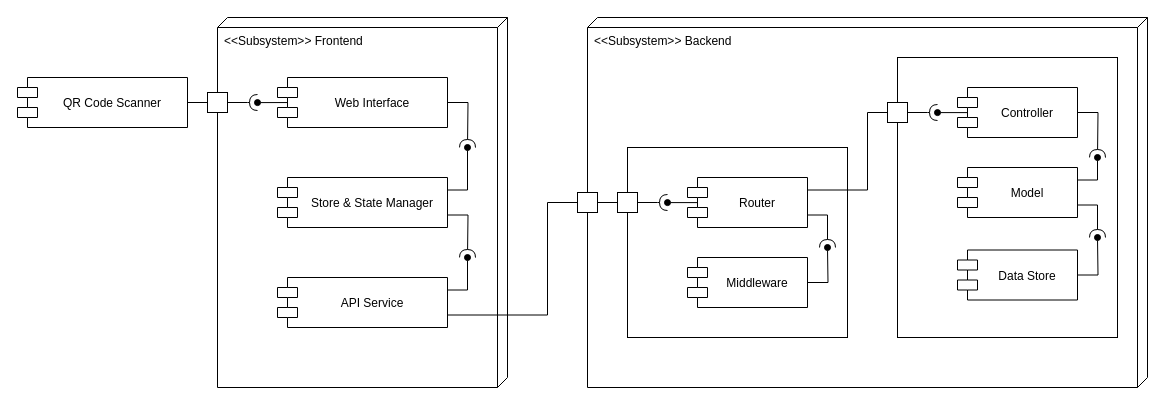
The draw.io diagram page "Architecture" (3 of 3) of Document/Design Diagram.drawio in PiriyaDEV/harihari-ramen, before the edit. Source tidied: cells renumbered, new cells numbered last; positions are measured from the earlier drawing's top-left corner, leaving out a move shared by most shapes. Both pictures are drawn from the tidied source at 100%, with x=0, y=0 at pixel (17, 17).
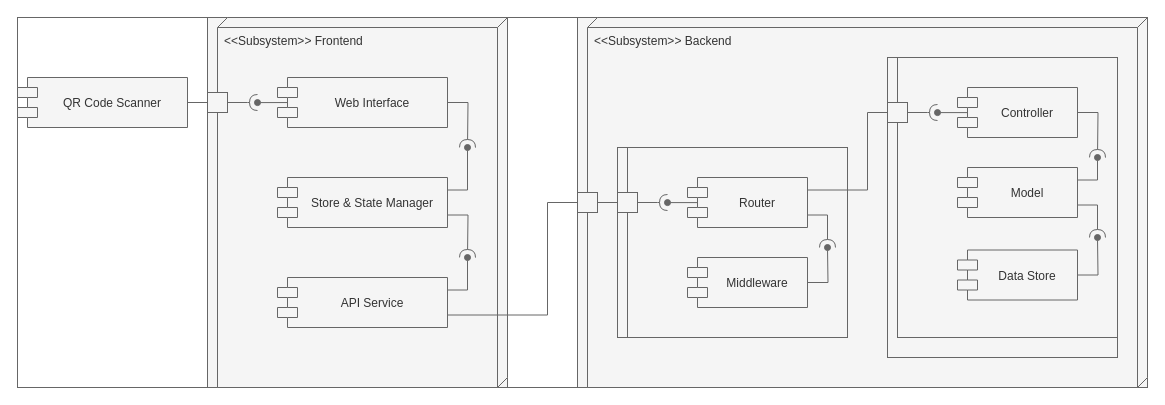
After the change.

Change to the diagram source:
```diff
@@
-    <mxCell id="2" style="group;" parent="1" vertex="1">
+    <mxCell id="2" style="group;labelBackgroundColor=none;strokeColor=#666666;fontColor=#333333;" parent="1" vertex="1">
       <mxGeometry width="1130" height="370" as="geometry" />
     </mxCell>
-    <mxCell id="3" style="group;" parent="2" vertex="1">
+    <mxCell id="3" style="group;fillColor=#f5f5f5;strokeColor=#666666;fontColor=#333333;" parent="2" vertex="1">
       <mxGeometry x="190" width="300" height="370" as="geometry" />
     </mxCell>
-    <mxCell id="4" value="&amp;lt;&amp;lt;Subsystem&amp;gt;&amp;gt; Frontend" style="verticalAlign=top;align=left;shape=cube;size=10;direction=south;fontStyle=0;html=1;boundedLbl=1;spacingLeft=5;" parent="3" vertex="1">
+    <mxCell id="4" value="&amp;lt;&amp;lt;Subsystem&amp;gt;&amp;gt; Frontend" style="verticalAlign=top;align=left;shape=cube;size=10;direction=south;fontStyle=0;html=1;boundedLbl=1;spacingLeft=5;fillColor=#f5f5f5;strokeColor=#666666;fontColor=#333333;" parent="3" vertex="1">
       <mxGeometry x="10" width="290" height="370" as="geometry" />
     </mxCell>
-    <mxCell id="5" style="edgeStyle=orthogonalEdgeStyle;rounded=0;jettySize=auto;html=1;startArrow=none;startFill=0;endArrow=halfCircle;endFill=0;" parent="3" edge="1" source="10">
+    <mxCell id="5" style="edgeStyle=orthogonalEdgeStyle;rounded=0;jettySize=auto;html=1;startArrow=none;startFill=0;endArrow=halfCircle;endFill=0;fillColor=#f5f5f5;strokeColor=#666666;" parent="3" edge="1" source="10">
       <mxGeometry relative="1" as="geometry">
         <mxPoint x="260" y="130" as="targetPoint" />
       </mxGeometry>
     </mxCell>
-    <mxCell id="6" style="edgeStyle=orthogonalEdgeStyle;rounded=0;jettySize=auto;html=1;startArrow=none;startFill=0;endArrow=halfCircle;endFill=0;exitX=1;exitY=0.75;exitDx=0;exitDy=0;" parent="3" edge="1" source="12">
+    <mxCell id="6" style="edgeStyle=orthogonalEdgeStyle;rounded=0;jettySize=auto;html=1;startArrow=none;startFill=0;endArrow=halfCircle;endFill=0;exitX=1;exitY=0.75;exitDx=0;exitDy=0;fillColor=#f5f5f5;strokeColor=#666666;" parent="3" edge="1" source="12">
       <mxGeometry relative="1" as="geometry">
         <mxPoint x="260" y="240" as="targetPoint" />
       </mxGeometry>
     </mxCell>
-    <mxCell id="7" style="edgeStyle=orthogonalEdgeStyle;rounded=0;jettySize=auto;html=1;startArrow=none;startFill=0;endArrow=oval;endFill=1;exitX=1;exitY=0.25;exitDx=0;exitDy=0;" parent="3" edge="1" source="11">
+    <mxCell id="7" style="edgeStyle=orthogonalEdgeStyle;rounded=0;jettySize=auto;html=1;startArrow=none;startFill=0;endArrow=oval;endFill=1;exitX=1;exitY=0.25;exitDx=0;exitDy=0;fillColor=#f5f5f5;strokeColor=#666666;" parent="3" edge="1" source="11">
       <mxGeometry relative="1" as="geometry">
         <mxPoint x="260" y="240" as="targetPoint" />
       </mxGeometry>
     </mxCell>
-    <mxCell id="8" style="edgeStyle=orthogonalEdgeStyle;rounded=0;jettySize=auto;html=1;startArrow=none;startFill=0;endArrow=oval;endFill=1;exitX=0.062;exitY=0.501;exitDx=0;exitDy=0;exitPerimeter=0;" parent="3" edge="1" source="10">
+    <mxCell id="8" style="edgeStyle=orthogonalEdgeStyle;rounded=0;jettySize=auto;html=1;startArrow=none;startFill=0;endArrow=oval;endFill=1;exitX=0.062;exitY=0.501;exitDx=0;exitDy=0;exitPerimeter=0;fillColor=#f5f5f5;strokeColor=#666666;" parent="3" edge="1" source="10">
       <mxGeometry as="geometry">
         <mxPoint x="50" y="85" as="targetPoint" />
       </mxGeometry>
     </mxCell>
-    <mxCell id="9" style="edgeStyle=orthogonalEdgeStyle;rounded=0;jettySize=auto;html=1;entryX=1;entryY=0.25;entryDx=0;entryDy=0;startArrow=oval;startFill=1;endArrow=none;endFill=0;" parent="3" edge="1" target="12">
+    <mxCell id="9" style="edgeStyle=orthogonalEdgeStyle;rounded=0;jettySize=auto;html=1;entryX=1;entryY=0.25;entryDx=0;entryDy=0;startArrow=oval;startFill=1;endArrow=none;endFill=0;fillColor=#f5f5f5;strokeColor=#666666;" parent="3" edge="1" target="12">
       <mxGeometry as="geometry">
         <mxPoint x="260" y="130" as="sourcePoint" />
         <Array as="points">
           <mxPoint x="260" y="173" />
           <mxPoint x="240" y="173" />
         </Array>
       </mxGeometry>
     </mxCell>
-    <mxCell id="10" value="Web Interface" style="shape=module;align=left;spacingLeft=20;align=center;verticalAlign=middle;" parent="3" vertex="1">
+    <mxCell id="10" value="Web Interface" style="shape=module;align=left;spacingLeft=20;align=center;verticalAlign=middle;fillColor=#f5f5f5;strokeColor=#666666;fontColor=#333333;" parent="3" vertex="1">
       <mxGeometry x="70" y="60" width="170" height="50" as="geometry" />
     </mxCell>
-    <mxCell id="11" value="API Service" style="shape=module;align=left;spacingLeft=20;align=center;verticalAlign=middle;" parent="3" vertex="1">
+    <mxCell id="11" value="API Service" style="shape=module;align=left;spacingLeft=20;align=center;verticalAlign=middle;fillColor=#f5f5f5;strokeColor=#666666;fontColor=#333333;" parent="3" vertex="1">
       <mxGeometry x="70" y="260" width="170" height="50" as="geometry" />
     </mxCell>
-    <mxCell id="12" value="Store &amp; State Manager" style="shape=module;align=left;spacingLeft=20;align=center;verticalAlign=middle;" parent="3" vertex="1">
+    <mxCell id="12" value="Store &amp; State Manager" style="shape=module;align=left;spacingLeft=20;align=center;verticalAlign=middle;fillColor=#f5f5f5;strokeColor=#666666;fontColor=#333333;" parent="3" vertex="1">
       <mxGeometry x="70" y="160" width="170" height="50" as="geometry" />
     </mxCell>
-    <mxCell id="13" style="edgeStyle=orthogonalEdgeStyle;rounded=0;jettySize=auto;html=1;startArrow=none;startFill=0;endArrow=halfCircle;endFill=0;" parent="3" edge="1" source="14">
+    <mxCell id="13" style="edgeStyle=orthogonalEdgeStyle;rounded=0;jettySize=auto;html=1;startArrow=none;startFill=0;endArrow=halfCircle;endFill=0;fillColor=#f5f5f5;strokeColor=#666666;" parent="3" edge="1" source="14">
       <mxGeometry as="geometry">
         <mxPoint x="50" y="85" as="targetPoint" />
       </mxGeometry>
     </mxCell>
-    <mxCell id="14" style="rounded=0;whiteSpace=wrap;html=1;verticalAlign=middle;" parent="3" vertex="1">
+    <mxCell id="14" style="rounded=0;whiteSpace=wrap;html=1;verticalAlign=middle;fillColor=#f5f5f5;strokeColor=#666666;fontColor=#333333;" parent="3" vertex="1">
       <mxGeometry y="75" width="20" height="20" as="geometry" />
     </mxCell>
-    <mxCell id="15" style="edgeStyle=orthogonalEdgeStyle;rounded=0;jettySize=auto;html=1;entryX=0;entryY=0.5;entryDx=0;entryDy=0;startArrow=none;startFill=0;endArrow=none;endFill=0;" parent="2" edge="1" source="16" target="14">
+    <mxCell id="15" style="edgeStyle=orthogonalEdgeStyle;rounded=0;jettySize=auto;html=1;entryX=0;entryY=0.5;entryDx=0;entryDy=0;startArrow=none;startFill=0;endArrow=none;endFill=0;fillColor=#f5f5f5;strokeColor=#666666;" parent="2" edge="1" source="16" target="14">
       <mxGeometry relative="1" as="geometry" />
     </mxCell>
-    <mxCell id="16" value="QR Code Scanner" style="shape=module;align=left;spacingLeft=20;align=center;verticalAlign=middle;" parent="2" vertex="1">
+    <mxCell id="16" value="QR Code Scanner" style="shape=module;align=left;spacingLeft=20;align=center;verticalAlign=middle;fillColor=#f5f5f5;strokeColor=#666666;fontColor=#333333;" parent="2" vertex="1">
       <mxGeometry y="60" width="170" height="50" as="geometry" />
     </mxCell>
-    <mxCell id="17" style="edgeStyle=orthogonalEdgeStyle;rounded=0;jettySize=auto;html=1;entryX=0;entryY=0.5;entryDx=0;entryDy=0;startArrow=none;startFill=0;endArrow=none;endFill=0;exitX=1;exitY=0.75;exitDx=0;exitDy=0;" parent="2" edge="1" source="11" target="21">
+    <mxCell id="17" style="edgeStyle=orthogonalEdgeStyle;rounded=0;jettySize=auto;html=1;entryX=0;entryY=0.5;entryDx=0;entryDy=0;startArrow=none;startFill=0;endArrow=none;endFill=0;exitX=1;exitY=0.75;exitDx=0;exitDy=0;fillColor=#f5f5f5;strokeColor=#666666;" parent="2" edge="1" source="11" target="21">
       <mxGeometry relative="1" as="geometry">
         <Array as="points">
           <mxPoint x="530" y="297" />
           <mxPoint x="530" y="185" />
         </Array>
       </mxGeometry>
     </mxCell>
-    <mxCell id="18" style="group;" parent="2" vertex="1">
+    <mxCell id="18" style="group;fillColor=#f5f5f5;strokeColor=#666666;fontColor=#333333;" parent="2" vertex="1">
       <mxGeometry x="560" width="570" height="370" as="geometry" />
     </mxCell>
-    <mxCell id="19" style="group;" parent="18" vertex="1">
+    <mxCell id="19" style="group;fillColor=#f5f5f5;strokeColor=#666666;fontColor=#333333;" parent="18" vertex="1">
       <mxGeometry width="570" height="370" as="geometry" />
     </mxCell>
-    <mxCell id="20" value="&amp;lt;&amp;lt;Subsystem&amp;gt;&amp;gt; Backend" style="verticalAlign=top;align=left;shape=cube;size=10;direction=south;fontStyle=0;html=1;boundedLbl=1;spacingLeft=5;" parent="19" vertex="1">
+    <mxCell id="20" value="&amp;lt;&amp;lt;Subsystem&amp;gt;&amp;gt; Backend" style="verticalAlign=top;align=left;shape=cube;size=10;direction=south;fontStyle=0;html=1;boundedLbl=1;spacingLeft=5;fillColor=#f5f5f5;strokeColor=#666666;fontColor=#333333;" parent="19" vertex="1">
       <mxGeometry x="10" width="560" height="370" as="geometry" />
     </mxCell>
-    <mxCell id="21" style="rounded=0;whiteSpace=wrap;html=1;verticalAlign=middle;" parent="19" vertex="1">
+    <mxCell id="21" style="rounded=0;whiteSpace=wrap;html=1;verticalAlign=middle;fillColor=#f5f5f5;strokeColor=#666666;fontColor=#333333;" parent="19" vertex="1">
       <mxGeometry y="175" width="20" height="20" as="geometry" />
     </mxCell>
-    <mxCell id="22" style="group;" parent="19" vertex="1">
+    <mxCell id="22" style="group;fillColor=#f5f5f5;strokeColor=#666666;fontColor=#333333;" parent="19" vertex="1">
       <mxGeometry x="40" y="130" width="230" height="190" as="geometry" />
     </mxCell>
-    <mxCell id="23" style="group;" parent="22" vertex="1">
+    <mxCell id="23" style="group;fillColor=#f5f5f5;strokeColor=#666666;fontColor=#333333;" parent="22" vertex="1">
       <mxGeometry width="230" height="190" as="geometry" />
     </mxCell>
-    <mxCell id="24" style="rounded=0;whiteSpace=wrap;html=1;verticalAlign=middle;" parent="23" vertex="1">
+    <mxCell id="24" style="rounded=0;whiteSpace=wrap;html=1;verticalAlign=middle;fillColor=#f5f5f5;strokeColor=#666666;fontColor=#333333;" parent="23" vertex="1">
       <mxGeometry x="10" width="220" height="190" as="geometry" />
     </mxCell>
-    <mxCell id="25" style="rounded=0;whiteSpace=wrap;html=1;verticalAlign=middle;" parent="23" vertex="1">
+    <mxCell id="25" style="rounded=0;whiteSpace=wrap;html=1;verticalAlign=middle;fillColor=#f5f5f5;strokeColor=#666666;fontColor=#333333;" parent="23" vertex="1">
       <mxGeometry y="45" width="20" height="20" as="geometry" />
     </mxCell>
-    <mxCell id="26" style="edgeStyle=orthogonalEdgeStyle;rounded=0;jettySize=auto;html=1;startArrow=none;startFill=0;endArrow=halfCircle;endFill=0;exitX=1;exitY=0.75;exitDx=0;exitDy=0;" parent="23" edge="1" source="27">
+    <mxCell id="26" style="edgeStyle=orthogonalEdgeStyle;rounded=0;jettySize=auto;html=1;startArrow=none;startFill=0;endArrow=halfCircle;endFill=0;exitX=1;exitY=0.75;exitDx=0;exitDy=0;fillColor=#f5f5f5;strokeColor=#666666;" parent="23" edge="1" source="27">
       <mxGeometry relative="1" as="geometry">
         <mxPoint x="210" y="100" as="targetPoint" />
       </mxGeometry>
     </mxCell>
-    <mxCell id="27" value="Router" style="shape=module;align=left;spacingLeft=20;align=center;verticalAlign=middle;" parent="23" vertex="1">
+    <mxCell id="27" value="Router" style="shape=module;align=left;spacingLeft=20;align=center;verticalAlign=middle;fillColor=#f5f5f5;strokeColor=#666666;fontColor=#333333;" parent="23" vertex="1">
       <mxGeometry x="70" y="30" width="120" height="50" as="geometry" />
     </mxCell>
-    <mxCell id="28" value="Middleware" style="shape=module;align=left;spacingLeft=20;align=center;verticalAlign=middle;" parent="23" vertex="1">
+    <mxCell id="28" value="Middleware" style="shape=module;align=left;spacingLeft=20;align=center;verticalAlign=middle;fillColor=#f5f5f5;strokeColor=#666666;fontColor=#333333;" parent="23" vertex="1">
       <mxGeometry x="70" y="110" width="120" height="50" as="geometry" />
     </mxCell>
-    <mxCell id="29" style="edgeStyle=orthogonalEdgeStyle;rounded=0;jettySize=auto;html=1;startArrow=none;startFill=0;endArrow=oval;endFill=1;exitX=0.085;exitY=0.502;exitDx=0;exitDy=0;exitPerimeter=0;" parent="22" edge="1" source="27">
+    <mxCell id="29" style="edgeStyle=orthogonalEdgeStyle;rounded=0;jettySize=auto;html=1;startArrow=none;startFill=0;endArrow=oval;endFill=1;exitX=0.085;exitY=0.502;exitDx=0;exitDy=0;exitPerimeter=0;fillColor=#f5f5f5;strokeColor=#666666;" parent="22" edge="1" source="27">
       <mxGeometry relative="1" as="geometry">
         <mxPoint x="50" y="55" as="targetPoint" />
       </mxGeometry>
     </mxCell>
-    <mxCell id="30" style="edgeStyle=orthogonalEdgeStyle;rounded=0;jettySize=auto;html=1;startArrow=none;startFill=0;endArrow=halfCircle;endFill=0;" parent="22" edge="1" source="25">
+    <mxCell id="30" style="edgeStyle=orthogonalEdgeStyle;rounded=0;jettySize=auto;html=1;startArrow=none;startFill=0;endArrow=halfCircle;endFill=0;fillColor=#f5f5f5;strokeColor=#666666;" parent="22" edge="1" source="25">
       <mxGeometry relative="1" as="geometry">
         <mxPoint x="50" y="55" as="targetPoint" />
       </mxGeometry>
     </mxCell>
-    <mxCell id="31" style="edgeStyle=orthogonalEdgeStyle;rounded=0;jettySize=auto;html=1;startArrow=none;startFill=0;endArrow=oval;endFill=1;" parent="22" edge="1" source="28">
+    <mxCell id="31" style="edgeStyle=orthogonalEdgeStyle;rounded=0;jettySize=auto;html=1;startArrow=none;startFill=0;endArrow=oval;endFill=1;fillColor=#f5f5f5;strokeColor=#666666;" parent="22" edge="1" source="28">
       <mxGeometry relative="1" as="geometry">
         <mxPoint x="210" y="100" as="targetPoint" />
       </mxGeometry>
     </mxCell>
-    <mxCell id="32" style="edgeStyle=orthogonalEdgeStyle;rounded=0;jettySize=auto;html=1;entryX=0;entryY=0.5;entryDx=0;entryDy=0;startArrow=none;startFill=0;endArrow=none;endFill=0;exitX=1;exitY=0.25;exitDx=0;exitDy=0;" parent="19" edge="1" source="27" target="35">
+    <mxCell id="32" style="edgeStyle=orthogonalEdgeStyle;rounded=0;jettySize=auto;html=1;entryX=0;entryY=0.5;entryDx=0;entryDy=0;startArrow=none;startFill=0;endArrow=none;endFill=0;exitX=1;exitY=0.25;exitDx=0;exitDy=0;fillColor=#f5f5f5;strokeColor=#666666;" parent="19" edge="1" source="27" target="35">
       <mxGeometry relative="1" as="geometry">
         <Array as="points">
           <mxPoint x="290" y="173" />
           <mxPoint x="290" y="95" />
         </Array>
       </mxGeometry>
     </mxCell>
-    <mxCell id="33" style="group;" parent="19" vertex="1">
+    <mxCell id="33" style="group;fillColor=#f5f5f5;strokeColor=#666666;fontColor=#333333;" parent="19" vertex="1">
       <mxGeometry x="310" y="40" width="230" height="300" as="geometry" />
     </mxCell>
-    <mxCell id="34" style="rounded=0;whiteSpace=wrap;html=1;verticalAlign=middle;" parent="33" vertex="1">
+    <mxCell id="34" style="rounded=0;whiteSpace=wrap;html=1;verticalAlign=middle;fillColor=#f5f5f5;strokeColor=#666666;fontColor=#333333;" parent="33" vertex="1">
       <mxGeometry x="10" width="220" height="280" as="geometry" />
     </mxCell>
-    <mxCell id="35" style="rounded=0;whiteSpace=wrap;html=1;verticalAlign=middle;" parent="33" vertex="1">
+    <mxCell id="35" style="rounded=0;whiteSpace=wrap;html=1;verticalAlign=middle;fillColor=#f5f5f5;strokeColor=#666666;fontColor=#333333;" parent="33" vertex="1">
       <mxGeometry y="45" width="20" height="20" as="geometry" />
     </mxCell>
-    <mxCell id="36" style="edgeStyle=orthogonalEdgeStyle;rounded=0;jettySize=auto;html=1;startArrow=none;startFill=0;endArrow=halfCircle;endFill=0;exitX=1;exitY=0.5;exitDx=0;exitDy=0;" parent="33" edge="1" source="37">
+    <mxCell id="36" style="edgeStyle=orthogonalEdgeStyle;rounded=0;jettySize=auto;html=1;startArrow=none;startFill=0;endArrow=halfCircle;endFill=0;exitX=1;exitY=0.5;exitDx=0;exitDy=0;fillColor=#f5f5f5;strokeColor=#666666;" parent="33" edge="1" source="37">
       <mxGeometry relative="1" as="geometry">
         <mxPoint x="210" y="100" as="targetPoint" />
       </mxGeometry>
     </mxCell>
-    <mxCell id="37" value="Controller" style="shape=module;align=left;spacingLeft=20;align=center;verticalAlign=middle;" parent="33" vertex="1">
+    <mxCell id="37" value="Controller" style="shape=module;align=left;spacingLeft=20;align=center;verticalAlign=middle;fillColor=#f5f5f5;strokeColor=#666666;fontColor=#333333;" parent="33" vertex="1">
       <mxGeometry x="70" y="30" width="120" height="50" as="geometry" />
     </mxCell>
-    <mxCell id="38" value="Model" style="shape=module;align=left;spacingLeft=20;align=center;verticalAlign=middle;" parent="33" vertex="1">
+    <mxCell id="38" value="Model" style="shape=module;align=left;spacingLeft=20;align=center;verticalAlign=middle;fillColor=#f5f5f5;strokeColor=#666666;fontColor=#333333;" parent="33" vertex="1">
       <mxGeometry x="70" y="110" width="120" height="50" as="geometry" />
     </mxCell>
-    <mxCell id="39" style="edgeStyle=orthogonalEdgeStyle;rounded=0;jettySize=auto;html=1;startArrow=none;startFill=0;endArrow=halfCircle;endFill=0;exitX=1;exitY=0.75;exitDx=0;exitDy=0;" parent="33" edge="1" source="38">
+    <mxCell id="39" style="edgeStyle=orthogonalEdgeStyle;rounded=0;jettySize=auto;html=1;startArrow=none;startFill=0;endArrow=halfCircle;endFill=0;exitX=1;exitY=0.75;exitDx=0;exitDy=0;fillColor=#f5f5f5;strokeColor=#666666;" parent="33" edge="1" source="38">
       <mxGeometry relative="1" as="geometry">
         <mxPoint x="210" y="180" as="targetPoint" />
       </mxGeometry>
     </mxCell>
-    <mxCell id="40" value="Data Store" style="shape=module;align=left;spacingLeft=20;align=center;verticalAlign=middle;" parent="33" vertex="1">
+    <mxCell id="40" value="Data Store" style="shape=module;align=left;spacingLeft=20;align=center;verticalAlign=middle;fillColor=#f5f5f5;strokeColor=#666666;fontColor=#333333;" parent="33" vertex="1">
       <mxGeometry x="70" y="192.5" width="120" height="50" as="geometry" />
     </mxCell>
-    <mxCell id="41" style="edgeStyle=orthogonalEdgeStyle;rounded=0;jettySize=auto;html=1;startArrow=none;startFill=0;endArrow=oval;endFill=1;exitX=0.085;exitY=0.502;exitDx=0;exitDy=0;exitPerimeter=0;" parent="19" edge="1" source="37">
+    <mxCell id="41" style="edgeStyle=orthogonalEdgeStyle;rounded=0;jettySize=auto;html=1;startArrow=none;startFill=0;endArrow=oval;endFill=1;exitX=0.085;exitY=0.502;exitDx=0;exitDy=0;exitPerimeter=0;fillColor=#f5f5f5;strokeColor=#666666;" parent="19" edge="1" source="37">
       <mxGeometry x="900" y="120" as="geometry">
         <mxPoint x="360" y="95" as="targetPoint" />
       </mxGeometry>
     </mxCell>
-    <mxCell id="42" style="edgeStyle=orthogonalEdgeStyle;rounded=0;jettySize=auto;html=1;startArrow=none;startFill=0;endArrow=halfCircle;endFill=0;" parent="19" edge="1" source="35">
+    <mxCell id="42" style="edgeStyle=orthogonalEdgeStyle;rounded=0;jettySize=auto;html=1;startArrow=none;startFill=0;endArrow=halfCircle;endFill=0;fillColor=#f5f5f5;strokeColor=#666666;" parent="19" edge="1" source="35">
       <mxGeometry x="900" y="120" as="geometry">
         <mxPoint x="360" y="95" as="targetPoint" />
       </mxGeometry>
     </mxCell>
-    <mxCell id="43" style="edgeStyle=orthogonalEdgeStyle;rounded=0;jettySize=auto;html=1;startArrow=none;startFill=0;endArrow=oval;endFill=1;exitX=1;exitY=0.25;exitDx=0;exitDy=0;" parent="19" edge="1" source="38">
+    <mxCell id="43" style="edgeStyle=orthogonalEdgeStyle;rounded=0;jettySize=auto;html=1;startArrow=none;startFill=0;endArrow=oval;endFill=1;exitX=1;exitY=0.25;exitDx=0;exitDy=0;fillColor=#f5f5f5;strokeColor=#666666;" parent="19" edge="1" source="38">
       <mxGeometry x="900" y="120" as="geometry">
         <mxPoint x="520" y="140" as="targetPoint" />
       </mxGeometry>
     </mxCell>
-    <mxCell id="44" style="edgeStyle=orthogonalEdgeStyle;rounded=0;jettySize=auto;html=1;startArrow=none;startFill=0;endArrow=none;endFill=0;" parent="18" edge="1" source="21">
+    <mxCell id="44" style="edgeStyle=orthogonalEdgeStyle;rounded=0;jettySize=auto;html=1;startArrow=none;startFill=0;endArrow=none;endFill=0;fillColor=#f5f5f5;strokeColor=#666666;" parent="18" edge="1" source="21">
       <mxGeometry relative="1" as="geometry">
         <mxPoint x="40" y="185" as="targetPoint" />
       </mxGeometry>
     </mxCell>
-    <mxCell id="45" style="edgeStyle=orthogonalEdgeStyle;rounded=0;jettySize=auto;html=1;startArrow=none;startFill=0;endArrow=oval;endFill=1;" parent="18" edge="1" source="40">
+    <mxCell id="45" style="edgeStyle=orthogonalEdgeStyle;rounded=0;jettySize=auto;html=1;startArrow=none;startFill=0;endArrow=oval;endFill=1;fillColor=#f5f5f5;strokeColor=#666666;" parent="18" edge="1" source="40">
       <mxGeometry relative="1" as="geometry">
         <mxPoint x="520" y="220" as="targetPoint" />
       </mxGeometry>
     </mxCell>
```
